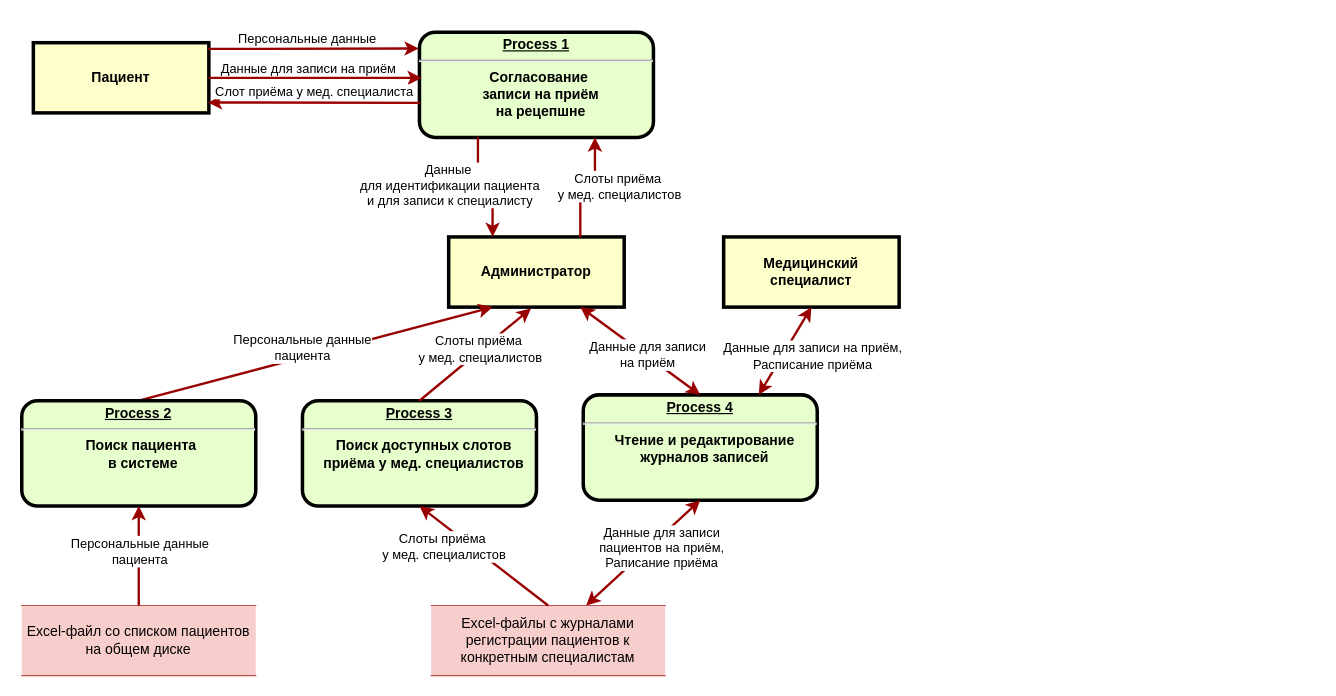
Before: Task1/1.2.Ведение-журналов-записи-пациентов.drawio in maxoness/architecture-medikamente, a draw.io diagram. Source tidied: cells renumbered, new cells numbered last; positions are measured from the earlier drawing's top-left corner, leaving out a move shared by most shapes. Both pictures are drawn from the tidied source at 117%, with x=0, y=0 at pixel (21, 32).
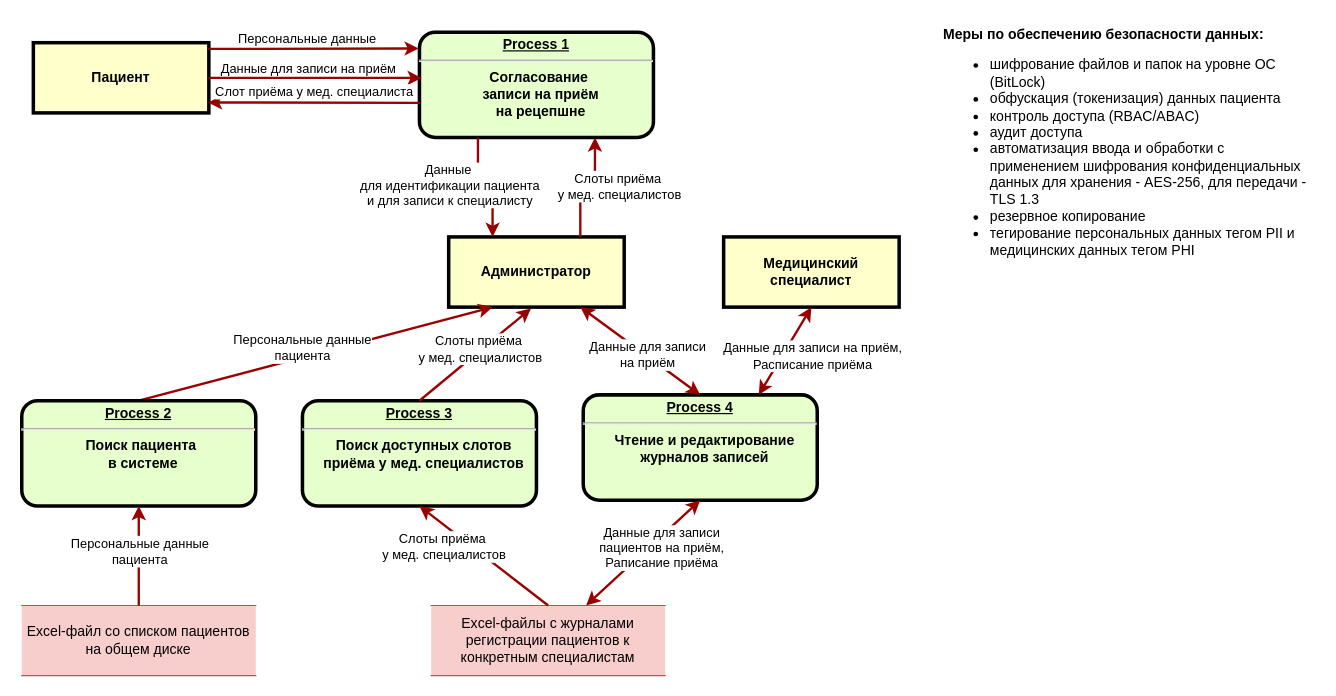
Above is the later version.

What changed in the source:
```diff
@@
+    <mxCell id="35" value="&lt;div&gt;&lt;div&gt;&lt;b&gt;Меры по обеспечению безопасности данных:&lt;/b&gt;&lt;div&gt;&lt;ul&gt;&lt;li&gt;шифрование файлов и папок на уровне ОС (BitLock)&lt;/li&gt;&lt;li&gt;обфускация (токенизация) данных пациента&lt;/li&gt;&lt;li&gt;контроль доступа (RBAC/ABAC)&lt;/li&gt;&lt;li&gt;аудит доступа&amp;nbsp;&lt;/li&gt;&lt;li&gt;автоматизация ввода и обработки с применением шифрования конфиденциальных данных для хранения&amp;nbsp;- AES-256, для передачи - TLS 1.3&lt;/li&gt;&lt;li&gt;резервное копирование&lt;/li&gt;&lt;li&gt;тегирование персональных данных тегом PII и медицинских данных тегом PHI&lt;/li&gt;&lt;/ul&gt;&lt;/div&gt;&lt;/div&gt;&lt;/div&gt;" style="text;html=1;align=left;verticalAlign=middle;whiteSpace=wrap;rounded=0;labelBackgroundColor=default;" parent="1" vertex="1">
+      <mxGeometry x="786" y="-10" width="320" height="220" as="geometry" />
+    </mxCell>
```
